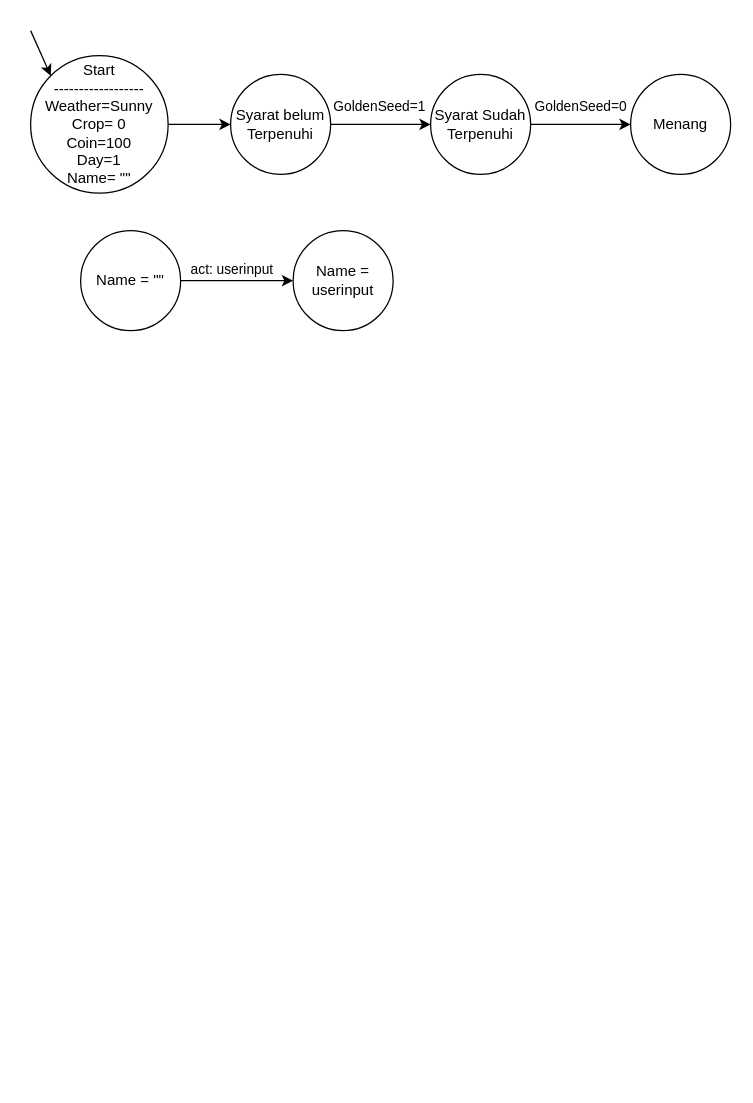
Trelel129/fsmgs keeps this draw.io diagram as diagram/fsmsg.drawio. Above is the earlier version. Source tidied: cells renumbered, new cells numbered last; positions are measured from the earlier drawing's top-left corner, leaving out a move shared by most shapes. Both pictures are drawn from the tidied source at 125%, with x=0, y=0 at pixel (30, 30).
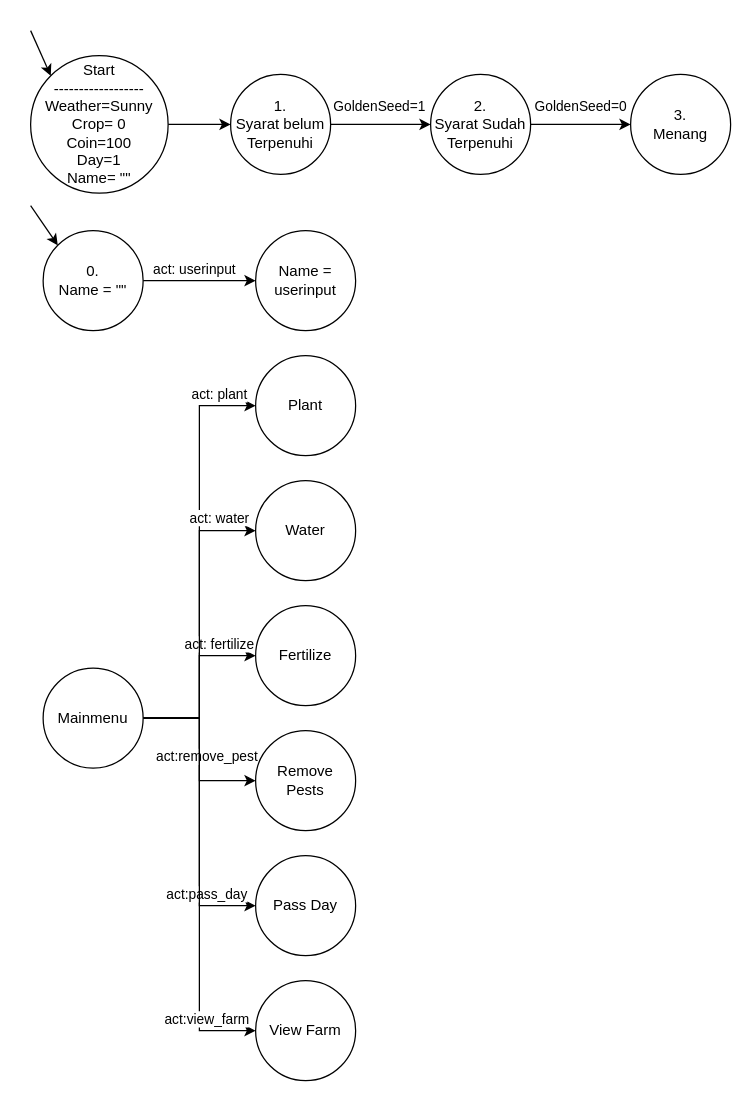
After the change.

What changed in the source:
```diff
@@
-    <mxCell id="6" value="Syarat belum&lt;br&gt;Terpenuhi" style="ellipse;whiteSpace=wrap;html=1;" parent="1" vertex="1">
+    <mxCell id="6" value="1.&lt;div&gt;Syarat belum&lt;br&gt;Terpenuhi&lt;/div&gt;" style="ellipse;whiteSpace=wrap;html=1;" parent="1" vertex="1">
       <mxGeometry x="160" y="35" width="80" height="80" as="geometry" />
     </mxCell>
@@
-    <mxCell id="9" value="Syarat Sudah&lt;br&gt;Terpenuhi" style="ellipse;whiteSpace=wrap;html=1;" parent="1" vertex="1">
+    <mxCell id="9" value="2.&lt;div&gt;Syarat Sudah&lt;br&gt;Terpenuhi&lt;/div&gt;" style="ellipse;whiteSpace=wrap;html=1;" parent="1" vertex="1">
       <mxGeometry x="320" y="35" width="80" height="80" as="geometry" />
     </mxCell>
-    <mxCell id="10" value="Menang" style="ellipse;whiteSpace=wrap;html=1;" parent="1" vertex="1">
+    <mxCell id="10" value="3.&lt;div&gt;Menang&lt;/div&gt;" style="ellipse;whiteSpace=wrap;html=1;" parent="1" vertex="1">
       <mxGeometry x="480" y="35" width="80" height="80" as="geometry" />
     </mxCell>
@@
-    <mxCell id="14" value="Name = &quot;&quot;" style="ellipse;whiteSpace=wrap;html=1;" parent="1" vertex="1">
-      <mxGeometry x="40" y="160" width="80" height="80" as="geometry" />
+    <mxCell id="14" value="0.&lt;div&gt;Name = &quot;&quot;&lt;/div&gt;" style="ellipse;whiteSpace=wrap;html=1;" parent="1" vertex="1">
+      <mxGeometry x="10" y="160" width="80" height="80" as="geometry" />
     </mxCell>
     <mxCell id="15" value="Name = userinput" style="ellipse;whiteSpace=wrap;html=1;" parent="1" vertex="1">
-      <mxGeometry x="210" y="160" width="80" height="80" as="geometry" />
+      <mxGeometry x="180" y="160" width="80" height="80" as="geometry" />
     </mxCell>
+    <mxCell id="16" style="edgeStyle=orthogonalEdgeStyle;rounded=0;jettySize=auto;html=1;entryX=0;entryY=0.5;entryDx=0;entryDy=0;" parent="1" edge="1" source="28" target="30">
+      <mxGeometry relative="1" as="geometry" />
+    </mxCell>
+    <mxCell id="17" style="edgeStyle=orthogonalEdgeStyle;rounded=0;jettySize=auto;html=1;entryX=0;entryY=0.5;entryDx=0;entryDy=0;" parent="1" edge="1" source="28" target="31">
+      <mxGeometry relative="1" as="geometry" />
+    </mxCell>
+    <mxCell id="18" value="act: fertilize" style="edgeLabel;html=1;align=center;verticalAlign=middle;" parent="17" vertex="1">
+      <mxGeometry x="0.66" y="2" relative="1" as="geometry">
+        <mxPoint x="-6" y="-8" as="offset" />
+      </mxGeometry>
+    </mxCell>
+    <mxCell id="19" style="edgeStyle=orthogonalEdgeStyle;rounded=0;jettySize=auto;html=1;entryX=0;entryY=0.5;entryDx=0;entryDy=0;" parent="1" edge="1" source="28" target="32">
+      <mxGeometry relative="1" as="geometry" />
+    </mxCell>
+    <mxCell id="20" value="act:remove_pest" style="edgeLabel;html=1;align=center;verticalAlign=middle;" parent="19" vertex="1">
+      <mxGeometry x="0.64" y="1" relative="1" as="geometry">
+        <mxPoint x="-15" y="-19" as="offset" />
+      </mxGeometry>
+    </mxCell>
+    <mxCell id="21" style="edgeStyle=orthogonalEdgeStyle;rounded=0;jettySize=auto;html=1;entryX=0;entryY=0.5;entryDx=0;entryDy=0;" parent="1" edge="1" source="28" target="33">
+      <mxGeometry relative="1" as="geometry" />
+    </mxCell>
+    <mxCell id="22" value="act:pass_day" style="edgeLabel;html=1;align=center;verticalAlign=middle;" parent="21" vertex="1">
+      <mxGeometry x="0.79" y="1" relative="1" as="geometry">
+        <mxPoint x="-15" y="-9" as="offset" />
+      </mxGeometry>
+    </mxCell>
+    <mxCell id="23" style="edgeStyle=orthogonalEdgeStyle;rounded=0;jettySize=auto;html=1;entryX=0;entryY=0.5;entryDx=0;entryDy=0;" parent="1" edge="1" source="28" target="34">
+      <mxGeometry relative="1" as="geometry" />
+    </mxCell>
+    <mxCell id="24" value="act:view_farm" style="edgeLabel;html=1;align=center;verticalAlign=middle;" parent="23" vertex="1">
+      <mxGeometry x="0.84" relative="1" as="geometry">
+        <mxPoint x="-13" y="-10" as="offset" />
+      </mxGeometry>
+    </mxCell>
+    <mxCell id="25" style="edgeStyle=orthogonalEdgeStyle;rounded=0;jettySize=auto;html=1;entryX=0;entryY=0.5;entryDx=0;entryDy=0;" parent="1" edge="1" source="28" target="29">
+      <mxGeometry relative="1" as="geometry" />
+    </mxCell>
+    <mxCell id="26" value="act: plant" style="edgeLabel;html=1;align=center;verticalAlign=middle;" parent="25" vertex="1">
+      <mxGeometry x="0.6" relative="1" as="geometry">
+        <mxPoint x="15" y="-33" as="offset" />
+      </mxGeometry>
+    </mxCell>
+    <mxCell id="27" value="act: water" style="edgeLabel;html=1;align=center;verticalAlign=middle;" parent="25" vertex="1">
+      <mxGeometry x="-0.19" y="4" relative="1" as="geometry">
+        <mxPoint x="19" y="-68" as="offset" />
+      </mxGeometry>
+    </mxCell>
+    <mxCell id="28" value="Mainmenu" style="ellipse;whiteSpace=wrap;html=1;" parent="1" vertex="1">
+      <mxGeometry x="10" y="510" width="80" height="80" as="geometry" />
+    </mxCell>
+    <mxCell id="29" value="Plant" style="ellipse;whiteSpace=wrap;html=1;" parent="1" vertex="1">
+      <mxGeometry x="180" y="260" width="80" height="80" as="geometry" />
+    </mxCell>
+    <mxCell id="30" value="Water" style="ellipse;whiteSpace=wrap;html=1;" parent="1" vertex="1">
+      <mxGeometry x="180" y="360" width="80" height="80" as="geometry" />
+    </mxCell>
+    <mxCell id="31" value="Fertilize" style="ellipse;whiteSpace=wrap;html=1;" parent="1" vertex="1">
+      <mxGeometry x="180" y="460" width="80" height="80" as="geometry" />
+    </mxCell>
+    <mxCell id="32" value="Remove Pests" style="ellipse;whiteSpace=wrap;html=1;" parent="1" vertex="1">
+      <mxGeometry x="180" y="560" width="80" height="80" as="geometry" />
+    </mxCell>
+    <mxCell id="33" value="Pass Day" style="ellipse;whiteSpace=wrap;html=1;" parent="1" vertex="1">
+      <mxGeometry x="180" y="660" width="80" height="80" as="geometry" />
+    </mxCell>
+    <mxCell id="34" value="View Farm" style="ellipse;whiteSpace=wrap;html=1;" parent="1" vertex="1">
+      <mxGeometry x="180" y="760" width="80" height="80" as="geometry" />
+    </mxCell>
+    <mxCell id="35" style="endArrow=classic;html=1;rounded=0;entryX=0;entryY=0;entryDx=0;entryDy=0;" parent="1" edge="1" target="14">
+      <mxGeometry relative="1" as="geometry">
+        <mxPoint y="140" as="sourcePoint" />
+      </mxGeometry>
+    </mxCell>
```
